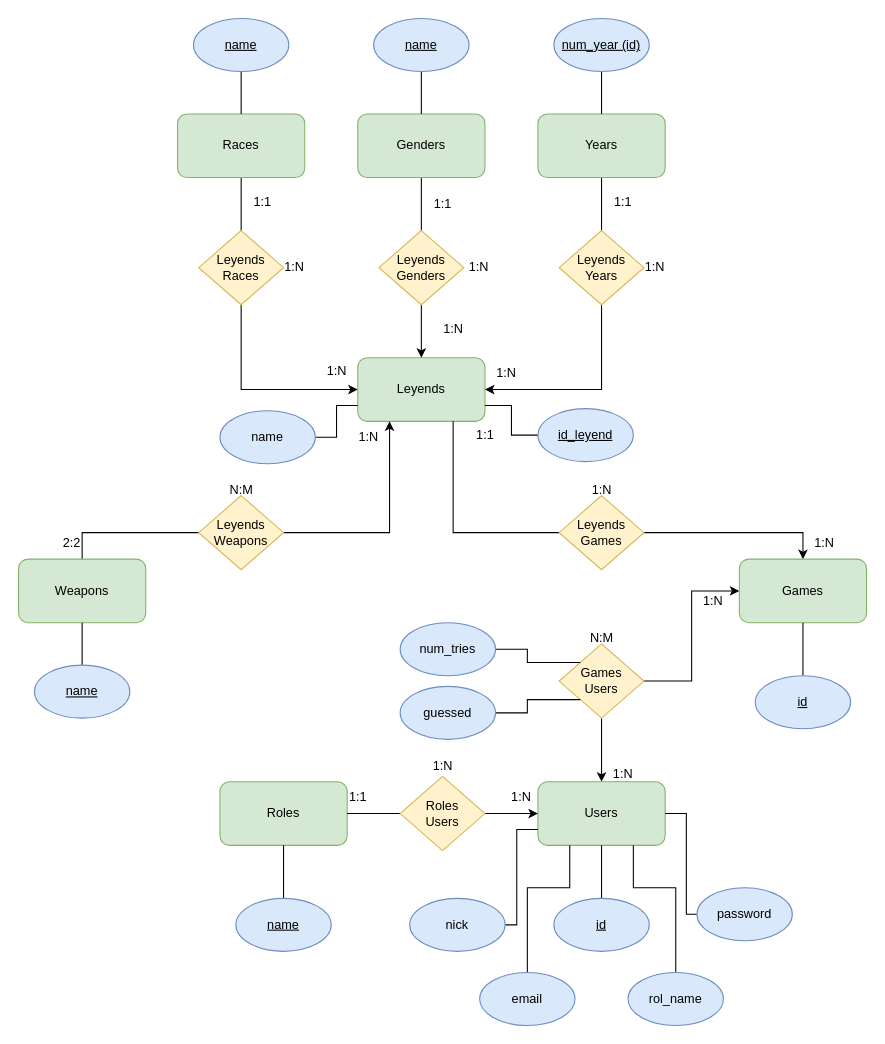
The draw.io diagram SQL/Diagram/Entity–relationship.drawio in Angel-L-G/Brawdle, before the edit. Source tidied: cells renumbered, new cells numbered last; positions are measured from the earlier drawing's top-left corner, leaving out a move shared by most shapes. Both pictures are drawn from the tidied source at 106%, with x=0, y=0 at pixel (18, 18).
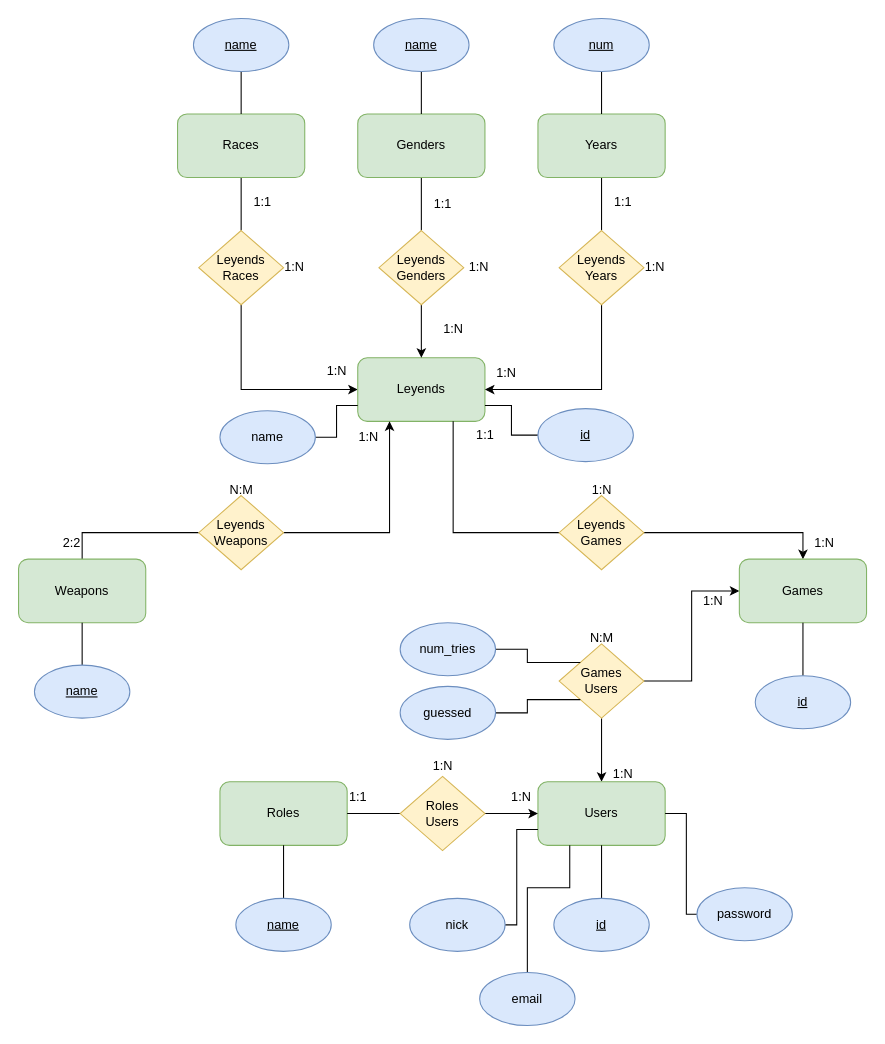
Above is the later version.

Commit message:
removed rol_name attribute and changed attribute names to be less redundant Entity–relationship.drawio

The change refers to these unchanged cells:
```xml
<mxCell id="40" value="Users" style="rounded=1;whiteSpace=wrap;html=1;fillColor=#d5e8d4;strokeColor=#82b366;" parent="1" vertex="1">
  <mxGeometry x="490" y="720" width="120" height="60" as="geometry" />
</mxCell>
```

Change to the diagram source:
```diff
@@
-    <mxCell id="52" value="&lt;u&gt;num_year (id)&lt;/u&gt;" style="ellipse;whiteSpace=wrap;html=1;fillColor=#dae8fc;strokeColor=#6c8ebf;" parent="1" vertex="1">
+    <mxCell id="52" value="&lt;u&gt;num&lt;/u&gt;" style="ellipse;whiteSpace=wrap;html=1;fillColor=#dae8fc;strokeColor=#6c8ebf;" parent="1" vertex="1">
       <mxGeometry x="505" width="90" height="50" as="geometry" />
     </mxCell>
@@
-    <mxCell id="59" value="&lt;u&gt;id_leyend&lt;/u&gt;" style="ellipse;whiteSpace=wrap;html=1;fillColor=#dae8fc;strokeColor=#6c8ebf;" parent="1" vertex="1">
+    <mxCell id="59" value="&lt;u&gt;id&lt;/u&gt;" style="ellipse;whiteSpace=wrap;html=1;fillColor=#dae8fc;strokeColor=#6c8ebf;" parent="1" vertex="1">
       <mxGeometry x="490" y="368" width="90" height="50" as="geometry" />
     </mxCell>
@@
-    <mxCell id="76" style="edgeStyle=orthogonalEdgeStyle;rounded=0;jettySize=auto;html=1;entryX=0.75;entryY=1;entryDx=0;entryDy=0;exitX=0.5;exitY=0;exitDx=0;exitDy=0;endArrow=none;endFill=0;" parent="1" edge="1" source="77" target="40">
-      <mxGeometry relative="1" as="geometry">
-        <Array as="points">
-          <mxPoint x="620" y="820" />
-          <mxPoint x="580" y="820" />
-        </Array>
-      </mxGeometry>
-    </mxCell>
-    <mxCell id="77" value="rol_name" style="ellipse;whiteSpace=wrap;html=1;fillColor=#dae8fc;strokeColor=#6c8ebf;" parent="1" vertex="1">
-      <mxGeometry x="575" y="900" width="90" height="50" as="geometry" />
-    </mxCell>
```
